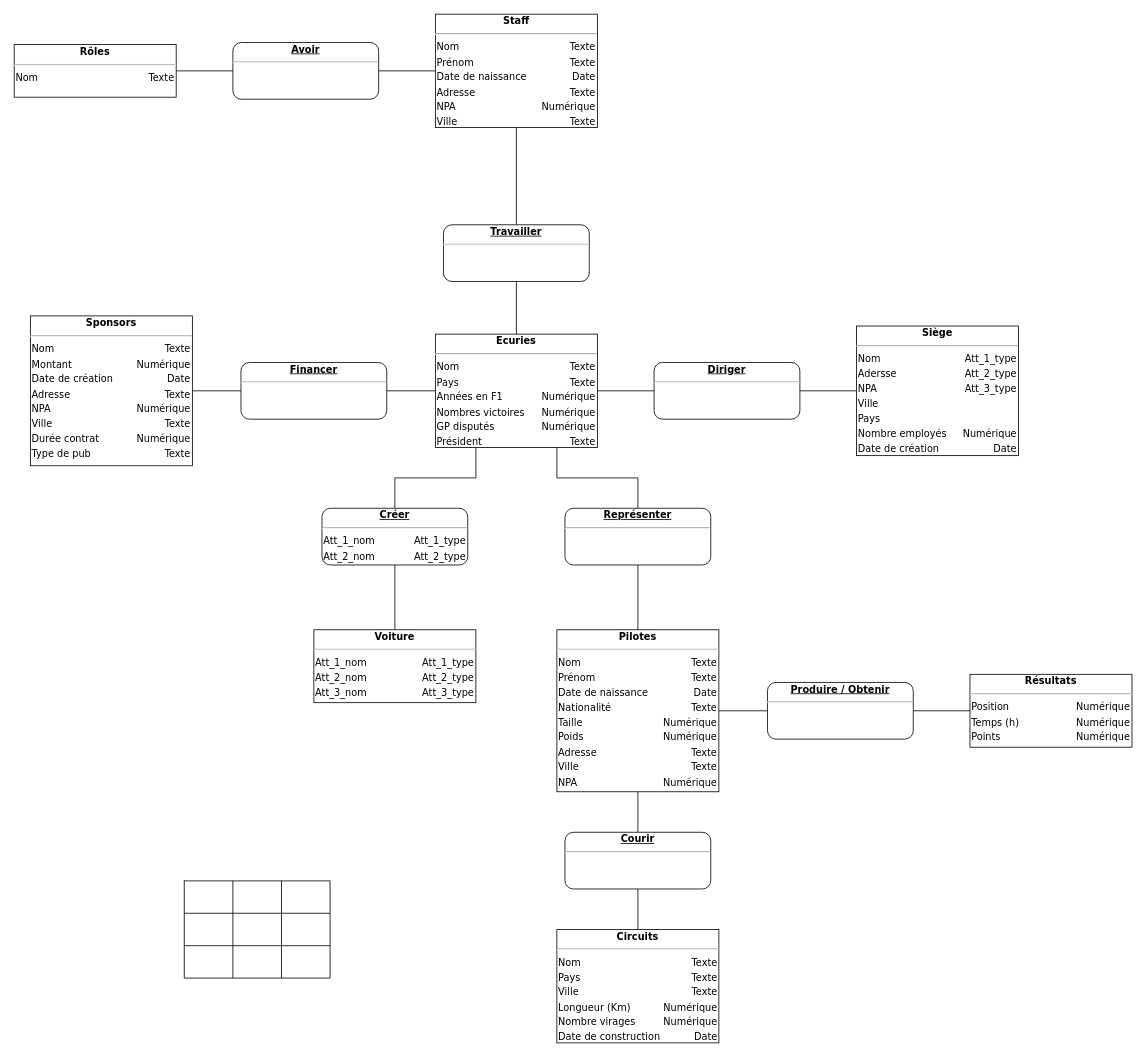
The draw.io diagram MCDF1.drawio in YFanha/MA-08-Mod-le-F1, before the edit. Source tidied: cells renumbered, new cells numbered last; positions are measured from the earlier drawing's top-left corner, leaving out a move shared by most shapes. Both pictures are drawn from the tidied source at 81%, with x=0, y=0 at pixel (14, 14).
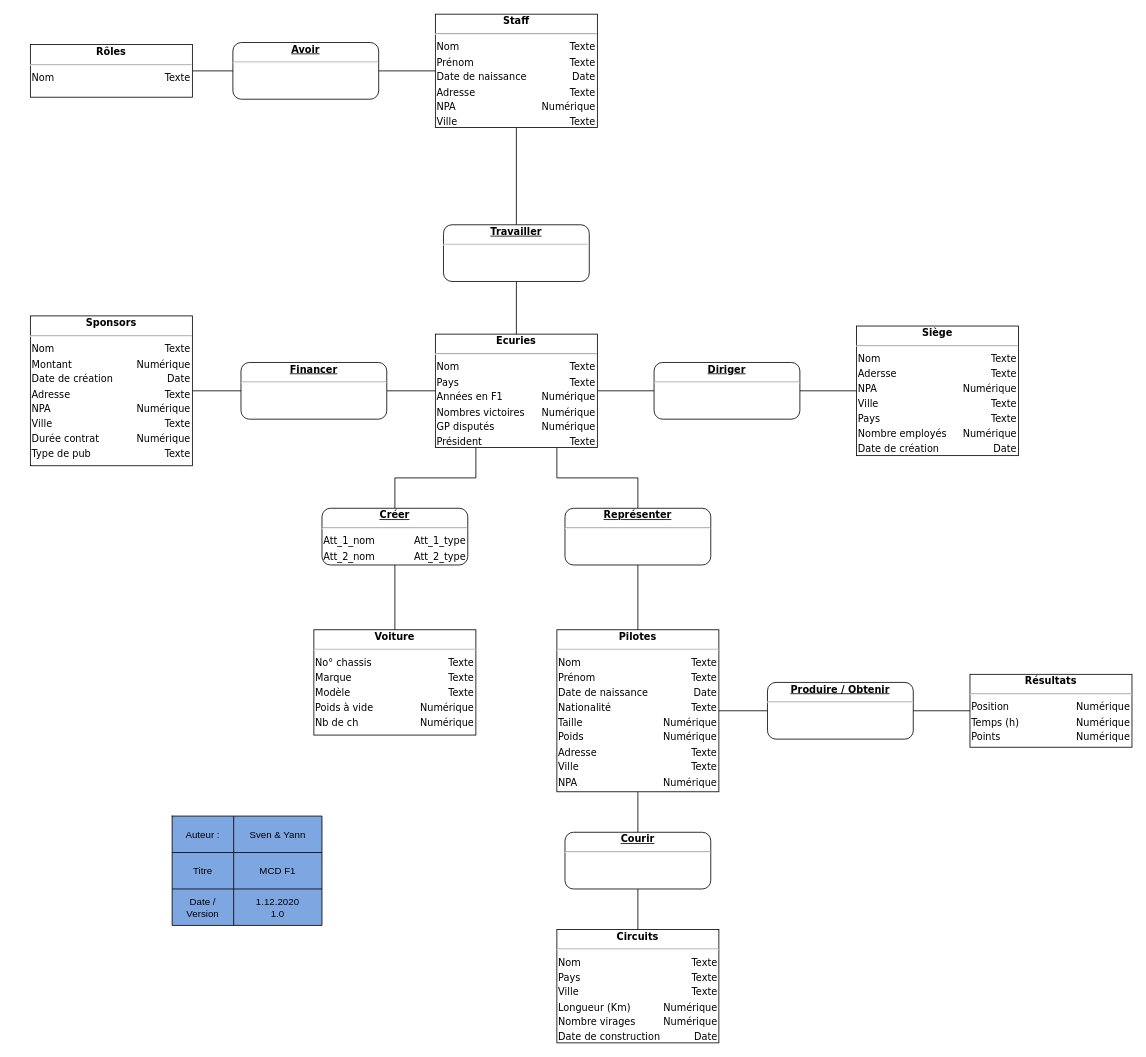
The same page after the edit.

Diff of the diagram source:
```diff
@@
-    <mxCell id="12" value="&lt;div style=&quot;box-sizing: border-box ; width: 100% ; padding: 2px&quot;&gt;&lt;span style=&quot;background-color: rgb(255 , 255 , 255)&quot;&gt;&lt;b&gt;Siège&lt;/b&gt;&lt;/span&gt;&lt;/div&gt;&lt;hr&gt;&lt;table style=&quot;width: 100% ; font-size: 1em&quot; cellpadding=&quot;2&quot; cellspacing=&quot;0&quot;&gt;&lt;tbody&gt;&lt;tr&gt;&lt;td style=&quot;text-align: left&quot;&gt;Nom&lt;/td&gt;&lt;td style=&quot;text-align: right&quot;&gt;Att_1_type&lt;br&gt;&lt;/td&gt;&lt;/tr&gt;&lt;tr&gt;&lt;td style=&quot;text-align: left&quot;&gt;Adersse&lt;br&gt;&lt;/td&gt;&lt;td style=&quot;text-align: right&quot;&gt;Att_2_type&lt;br&gt;&lt;/td&gt;&lt;/tr&gt;&lt;tr&gt;&lt;td style=&quot;text-align: left&quot;&gt;NPA&lt;/td&gt;&lt;td style=&quot;text-align: right&quot;&gt;Att_3_type&lt;br&gt;&lt;/td&gt;&lt;/tr&gt;&lt;tr&gt;&lt;td style=&quot;text-align: left&quot;&gt;Ville&lt;/td&gt;&lt;td&gt;&lt;br&gt;&lt;/td&gt;&lt;/tr&gt;&lt;tr&gt;&lt;td style=&quot;text-align: left&quot;&gt;Pays&lt;/td&gt;&lt;td&gt;&lt;br&gt;&lt;/td&gt;&lt;/tr&gt;&lt;tr&gt;&lt;td style=&quot;text-align: left&quot;&gt;Nombre employés&lt;/td&gt;&lt;td style=&quot;text-align: right&quot;&gt;Numérique&lt;/td&gt;&lt;/tr&gt;&lt;tr&gt;&lt;td style=&quot;text-align: left&quot;&gt;Date de création&lt;/td&gt;&lt;td style=&quot;text-align: right&quot;&gt;Date&lt;/td&gt;&lt;/tr&gt;&lt;tr&gt;&lt;td&gt;&lt;br&gt;&lt;/td&gt;&lt;td&gt;&lt;br&gt;&lt;/td&gt;&lt;/tr&gt;&lt;/tbody&gt;&lt;/table&gt;" style="verticalAlign=top;align=center;overflow=fill;html=1;rounded=0;shadow=0;comic=0;labelBackgroundColor=none;strokeColor=#000000;strokeWidth=1;fillColor=#ffffff;fontFamily=Verdana;fontSize=12;fontColor=#000000;" parent="1" vertex="1">
+    <mxCell id="12" value="&lt;div style=&quot;box-sizing: border-box ; width: 100% ; padding: 2px&quot;&gt;&lt;span style=&quot;background-color: rgb(255 , 255 , 255)&quot;&gt;&lt;b&gt;Siège&lt;/b&gt;&lt;/span&gt;&lt;/div&gt;&lt;hr&gt;&lt;table style=&quot;width: 100% ; font-size: 1em&quot; cellpadding=&quot;2&quot; cellspacing=&quot;0&quot;&gt;&lt;tbody&gt;&lt;tr&gt;&lt;td style=&quot;text-align: left&quot;&gt;Nom&lt;/td&gt;&lt;td style=&quot;text-align: right&quot;&gt;Texte&lt;/td&gt;&lt;/tr&gt;&lt;tr&gt;&lt;td style=&quot;text-align: left&quot;&gt;Adersse&lt;br&gt;&lt;/td&gt;&lt;td style=&quot;text-align: right&quot;&gt;Texte&lt;/td&gt;&lt;/tr&gt;&lt;tr&gt;&lt;td style=&quot;text-align: left&quot;&gt;NPA&lt;/td&gt;&lt;td style=&quot;text-align: right&quot;&gt;Numérique&lt;/td&gt;&lt;/tr&gt;&lt;tr&gt;&lt;td style=&quot;text-align: left&quot;&gt;Ville&lt;/td&gt;&lt;td style=&quot;text-align: right&quot;&gt;Texte&lt;/td&gt;&lt;/tr&gt;&lt;tr&gt;&lt;td style=&quot;text-align: left&quot;&gt;Pays&lt;/td&gt;&lt;td style=&quot;text-align: right&quot;&gt;Texte&lt;/td&gt;&lt;/tr&gt;&lt;tr&gt;&lt;td style=&quot;text-align: left&quot;&gt;Nombre employés&lt;/td&gt;&lt;td style=&quot;text-align: right&quot;&gt;Numérique&lt;/td&gt;&lt;/tr&gt;&lt;tr&gt;&lt;td style=&quot;text-align: left&quot;&gt;Date de création&lt;/td&gt;&lt;td style=&quot;text-align: right&quot;&gt;Date&lt;/td&gt;&lt;/tr&gt;&lt;tr&gt;&lt;td&gt;&lt;br&gt;&lt;/td&gt;&lt;td&gt;&lt;br&gt;&lt;/td&gt;&lt;/tr&gt;&lt;/tbody&gt;&lt;/table&gt;" style="verticalAlign=top;align=center;overflow=fill;html=1;rounded=0;shadow=0;comic=0;labelBackgroundColor=none;strokeColor=#000000;strokeWidth=1;fillColor=#ffffff;fontFamily=Verdana;fontSize=12;fontColor=#000000;" parent="1" vertex="1">
       <mxGeometry x="1040" y="385" width="200" height="160" as="geometry" />
     </mxCell>
@@
-    <mxCell id="28" value="&lt;div style=&quot;box-sizing: border-box ; width: 100% ; padding: 2px&quot;&gt;&lt;span style=&quot;background-color: rgb(255 , 255 , 255)&quot;&gt;&lt;b&gt;Voiture&lt;/b&gt;&lt;/span&gt;&lt;/div&gt;&lt;hr&gt;&lt;table style=&quot;width: 100% ; font-size: 1em&quot; cellpadding=&quot;2&quot; cellspacing=&quot;0&quot;&gt;&lt;tbody&gt;&lt;tr&gt;&lt;td style=&quot;text-align: left&quot;&gt;Att_1_nom&lt;/td&gt;&lt;td style=&quot;text-align: right&quot;&gt;Att_1_type&lt;br&gt;&lt;/td&gt;&lt;/tr&gt;&lt;tr&gt;&lt;td style=&quot;text-align: left&quot;&gt;Att_2_nom&lt;br&gt;&lt;/td&gt;&lt;td style=&quot;text-align: right&quot;&gt;Att_2_type&lt;br&gt;&lt;/td&gt;&lt;/tr&gt;&lt;tr&gt;&lt;td style=&quot;text-align: left&quot;&gt;Att_3_nom&lt;/td&gt;&lt;td style=&quot;text-align: right&quot;&gt;Att_3_type&lt;br&gt;&lt;/td&gt;&lt;/tr&gt;&lt;/tbody&gt;&lt;/table&gt;" style="verticalAlign=top;align=center;overflow=fill;html=1;rounded=0;shadow=0;comic=0;labelBackgroundColor=none;strokeColor=#000000;strokeWidth=1;fillColor=#ffffff;fontFamily=Verdana;fontSize=12;fontColor=#000000;" parent="1" vertex="1">
-      <mxGeometry x="370" y="760" width="200" height="90" as="geometry" />
+    <mxCell id="28" value="&lt;div style=&quot;box-sizing: border-box ; width: 100% ; padding: 2px&quot;&gt;&lt;span style=&quot;background-color: rgb(255 , 255 , 255)&quot;&gt;&lt;b&gt;Voiture&lt;/b&gt;&lt;/span&gt;&lt;/div&gt;&lt;hr&gt;&lt;table style=&quot;width: 100% ; font-size: 1em&quot; cellpadding=&quot;2&quot; cellspacing=&quot;0&quot;&gt;&lt;tbody&gt;&lt;tr&gt;&lt;td style=&quot;text-align: left&quot;&gt;No° chassis&lt;/td&gt;&lt;td style=&quot;text-align: right&quot;&gt;Texte&lt;/td&gt;&lt;/tr&gt;&lt;tr&gt;&lt;td style=&quot;text-align: left&quot;&gt;Marque&lt;/td&gt;&lt;td style=&quot;text-align: right&quot;&gt;Texte&lt;/td&gt;&lt;/tr&gt;&lt;tr&gt;&lt;td style=&quot;text-align: left&quot;&gt;Modèle&lt;/td&gt;&lt;td style=&quot;text-align: right&quot;&gt;Texte&lt;/td&gt;&lt;/tr&gt;&lt;tr&gt;&lt;td style=&quot;text-align: left&quot;&gt;Poids à vide&lt;/td&gt;&lt;td style=&quot;text-align: right&quot;&gt;Numérique&lt;/td&gt;&lt;/tr&gt;&lt;tr&gt;&lt;td style=&quot;text-align: left&quot;&gt;Nb de ch&lt;/td&gt;&lt;td style=&quot;text-align: right&quot;&gt;Numérique&lt;/td&gt;&lt;/tr&gt;&lt;/tbody&gt;&lt;/table&gt;" style="verticalAlign=top;align=center;overflow=fill;html=1;rounded=0;shadow=0;comic=0;labelBackgroundColor=none;strokeColor=#000000;strokeWidth=1;fillColor=#ffffff;fontFamily=Verdana;fontSize=12;fontColor=#000000;" parent="1" vertex="1">
+      <mxGeometry x="370" y="760" width="200" height="130" as="geometry" />
     </mxCell>
@@
     <mxCell id="34" value="&lt;div style=&quot;box-sizing: border-box ; width: 100% ; padding: 2px&quot;&gt;&lt;span style=&quot;background-color: rgb(255 , 255 , 255)&quot;&gt;&lt;b&gt;Rôles&lt;/b&gt;&lt;/span&gt;&lt;/div&gt;&lt;hr&gt;&lt;table style=&quot;width: 100% ; font-size: 1em&quot; cellpadding=&quot;2&quot; cellspacing=&quot;0&quot;&gt;&lt;tbody&gt;&lt;tr&gt;&lt;td style=&quot;text-align: left&quot;&gt;Nom&lt;/td&gt;&lt;td style=&quot;text-align: right&quot;&gt;Texte&lt;br&gt;&lt;/td&gt;&lt;/tr&gt;&lt;tr&gt;&lt;td style=&quot;text-align: left&quot;&gt;&lt;br&gt;&lt;/td&gt;&lt;td style=&quot;text-align: right&quot;&gt;&lt;br&gt;&lt;/td&gt;&lt;/tr&gt;&lt;tr&gt;&lt;td style=&quot;text-align: left&quot;&gt;&lt;br&gt;&lt;/td&gt;&lt;td style=&quot;text-align: right&quot;&gt;&lt;br&gt;&lt;/td&gt;&lt;/tr&gt;&lt;/tbody&gt;&lt;/table&gt;" style="verticalAlign=top;align=center;overflow=fill;html=1;rounded=0;shadow=0;comic=0;labelBackgroundColor=none;strokeColor=#000000;strokeWidth=1;fillColor=#ffffff;fontFamily=Verdana;fontSize=12;fontColor=#000000;" parent="1" vertex="1">
-      <mxGeometry y="37.5" width="200" height="65" as="geometry" />
+      <mxGeometry x="20" y="37.5" width="200" height="65" as="geometry" />
     </mxCell>
-    <mxCell id="35" style="shape=table;html=1;whiteSpace=wrap;startSize=0;childLayout=tableLayout;" parent="1" vertex="1">
-      <mxGeometry x="210" y="1070" width="180" height="120" as="geometry" />
+    <mxCell id="35" style="shape=table;html=1;whiteSpace=wrap;startSize=0;childLayout=tableLayout;fillColor=#7EA6E0;" parent="1" vertex="1">
+      <mxGeometry x="195" y="990" width="185" height="135" as="geometry" />
     </mxCell>
     <mxCell id="36" style="shape=partialRectangle;html=1;whiteSpace=wrap;fillColor=none;top=0;left=0;bottom=0;right=0;" parent="35" vertex="1">
-      <mxGeometry width="180" height="40" as="geometry" />
+      <mxGeometry width="185" height="45" as="geometry" />
     </mxCell>
-    <mxCell id="37" style="shape=partialRectangle;html=1;whiteSpace=wrap;fillColor=none;top=0;left=0;bottom=0;right=0;overflow=hidden;" parent="36" vertex="1">
-      <mxGeometry width="60" height="40" as="geometry" />
+    <mxCell id="37" value="Auteur :" style="shape=partialRectangle;html=1;whiteSpace=wrap;fillColor=none;top=0;left=0;bottom=0;right=0;overflow=hidden;" parent="36" vertex="1">
+      <mxGeometry width="76" height="45" as="geometry" />
     </mxCell>
-    <mxCell id="38" style="shape=partialRectangle;html=1;whiteSpace=wrap;fillColor=none;top=0;left=0;bottom=0;right=0;overflow=hidden;" parent="36" vertex="1">
-      <mxGeometry x="60" width="60" height="40" as="geometry" />
+    <mxCell id="38" value="Sven &amp;amp; Yann" style="shape=partialRectangle;html=1;whiteSpace=wrap;fillColor=none;top=0;left=0;bottom=0;right=0;overflow=hidden;" parent="36" vertex="1">
+      <mxGeometry x="76" width="109" height="45" as="geometry" />
     </mxCell>
-    <mxCell id="39" style="shape=partialRectangle;html=1;whiteSpace=wrap;fillColor=none;top=0;left=0;bottom=0;right=0;overflow=hidden;" parent="36" vertex="1">
-      <mxGeometry x="120" width="60" height="40" as="geometry" />
-    </mxCell>
     <mxCell id="40" style="shape=partialRectangle;html=1;whiteSpace=wrap;fillColor=none;top=0;left=0;bottom=0;right=0;" parent="35" vertex="1">
-      <mxGeometry y="40" width="180" height="40" as="geometry" />
+      <mxGeometry y="45" width="185" height="45" as="geometry" />
     </mxCell>
-    <mxCell id="41" style="shape=partialRectangle;html=1;whiteSpace=wrap;fillColor=none;top=0;left=0;bottom=0;right=0;overflow=hidden;" parent="40" vertex="1">
-      <mxGeometry width="60" height="40" as="geometry" />
+    <mxCell id="41" value="Titre" style="shape=partialRectangle;html=1;whiteSpace=wrap;fillColor=none;top=0;left=0;bottom=0;right=0;overflow=hidden;" parent="40" vertex="1">
+      <mxGeometry width="76" height="45" as="geometry" />
     </mxCell>
-    <mxCell id="42" style="shape=partialRectangle;html=1;whiteSpace=wrap;fillColor=none;top=0;left=0;bottom=0;right=0;overflow=hidden;" parent="40" vertex="1">
-      <mxGeometry x="60" width="60" height="40" as="geometry" />
+    <mxCell id="42" value="MCD F1" style="shape=partialRectangle;html=1;whiteSpace=wrap;fillColor=none;top=0;left=0;bottom=0;right=0;overflow=hidden;" parent="40" vertex="1">
+      <mxGeometry x="76" width="109" height="45" as="geometry" />
     </mxCell>
-    <mxCell id="43" style="shape=partialRectangle;html=1;whiteSpace=wrap;fillColor=none;top=0;left=0;bottom=0;right=0;overflow=hidden;" parent="40" vertex="1">
-      <mxGeometry x="120" width="60" height="40" as="geometry" />
-    </mxCell>
     <mxCell id="44" style="shape=partialRectangle;html=1;whiteSpace=wrap;fillColor=none;top=0;left=0;bottom=0;right=0;" parent="35" vertex="1">
-      <mxGeometry y="80" width="180" height="40" as="geometry" />
+      <mxGeometry y="90" width="185" height="45" as="geometry" />
     </mxCell>
-    <mxCell id="45" style="shape=partialRectangle;html=1;whiteSpace=wrap;fillColor=none;top=0;left=0;bottom=0;right=0;overflow=hidden;" parent="44" vertex="1">
-      <mxGeometry width="60" height="40" as="geometry" />
+    <mxCell id="45" value="Date / Version" style="shape=partialRectangle;html=1;whiteSpace=wrap;fillColor=none;top=0;left=0;bottom=0;right=0;overflow=hidden;" parent="44" vertex="1">
+      <mxGeometry width="76" height="45" as="geometry" />
     </mxCell>
-    <mxCell id="46" style="shape=partialRectangle;html=1;whiteSpace=wrap;fillColor=none;top=0;left=0;bottom=0;right=0;overflow=hidden;" parent="44" vertex="1">
-      <mxGeometry x="60" width="60" height="40" as="geometry" />
+    <mxCell id="46" value="1.12.2020&lt;br&gt;1.0" style="shape=partialRectangle;html=1;whiteSpace=wrap;fillColor=none;top=0;left=0;bottom=0;right=0;overflow=hidden;" parent="44" vertex="1">
+      <mxGeometry x="76" width="109" height="45" as="geometry" />
     </mxCell>
-    <mxCell id="47" style="shape=partialRectangle;html=1;whiteSpace=wrap;fillColor=none;top=0;left=0;bottom=0;right=0;overflow=hidden;" parent="44" vertex="1">
-      <mxGeometry x="120" width="60" height="40" as="geometry" />
-    </mxCell>
```
